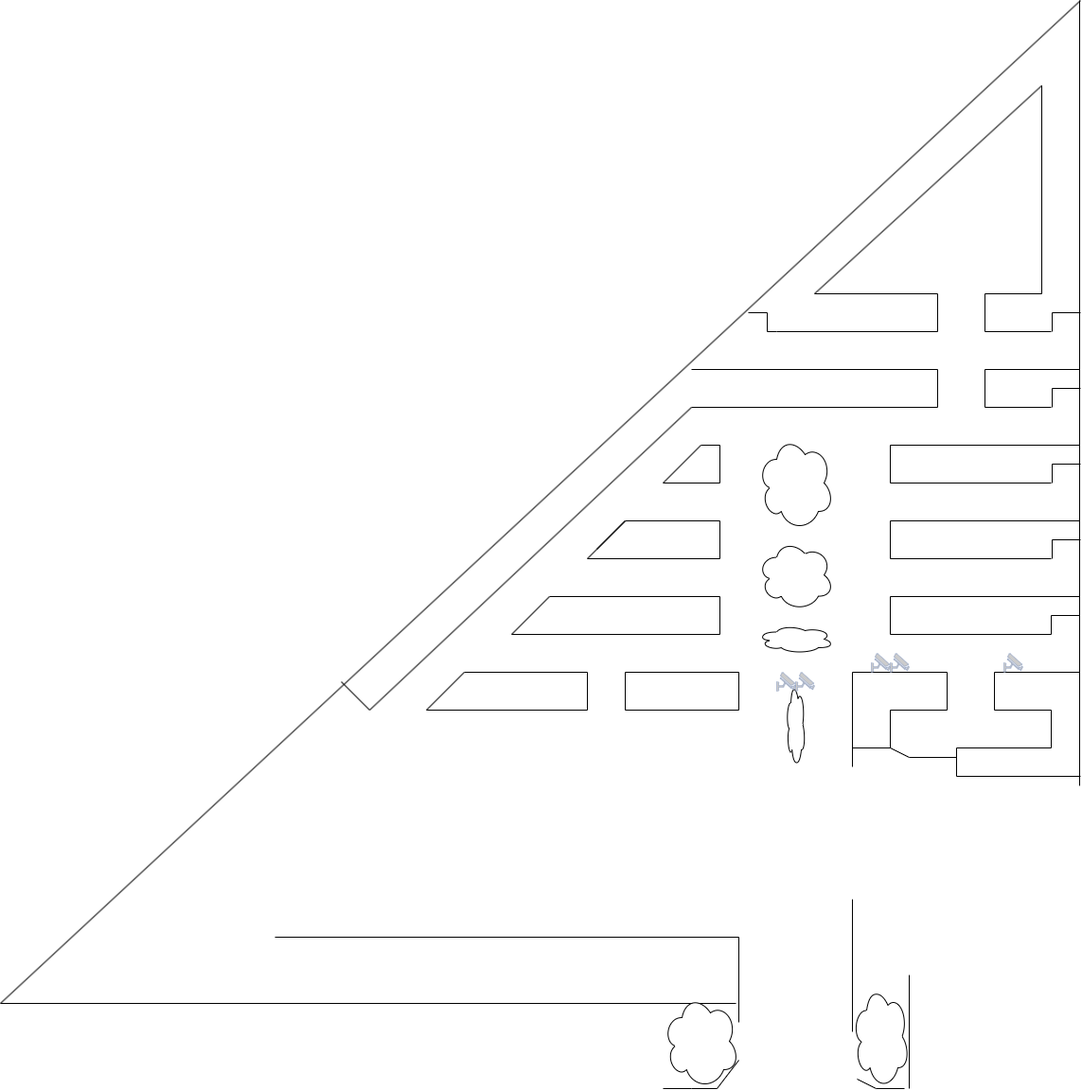
The draw.io diagram Mapa.drawio.png in 0002itz/pruevas-registro-de-seguridad, before a commit. Source tidied: cells renumbered, new cells last; positions are measured from the earlier drawing's top-left corner, leaving out a move shared by most shapes.
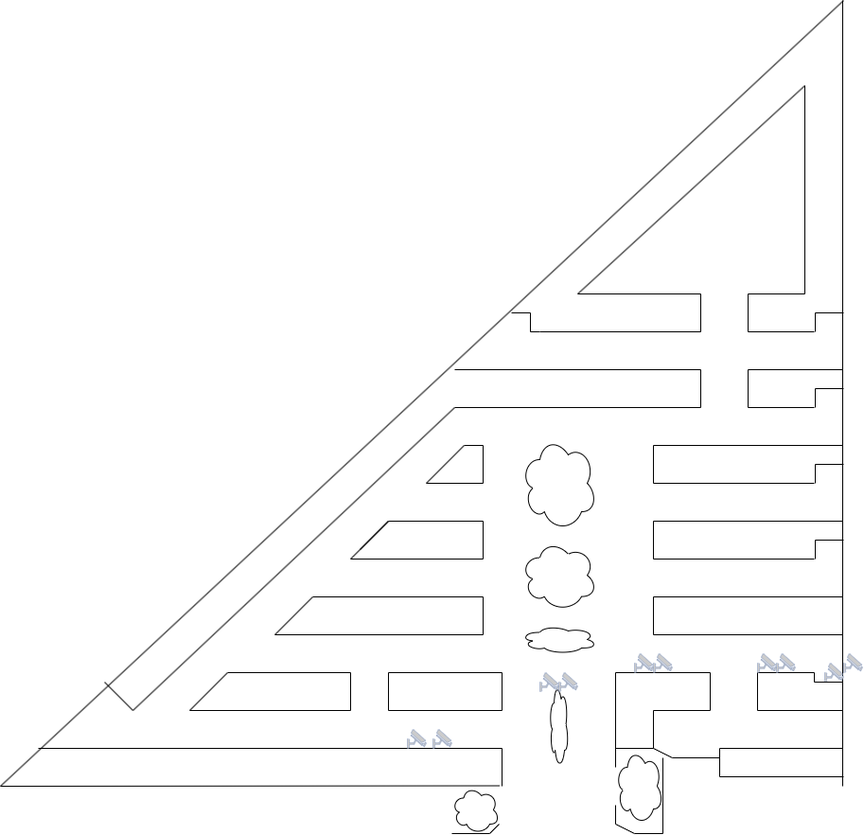
Later version of the same file.

Change to the diagram source:
```diff
@@ -10,7 +10,7 @@
     </mxCell>
     <mxCell id="3" style="endArrow=none;html=1;rounded=0;" parent="1" edge="1">
       <mxGeometry relative="1" as="geometry">
-        <mxPoint y="1060" as="sourcePoint" />
+        <mxPoint x="250" y="830" as="sourcePoint" />
         <mxPoint x="1141" as="targetPoint" />
       </mxGeometry>
     </mxCell>
@@ -50,19 +50,10 @@
         <mxPoint x="1000" y="750" as="targetPoint" />
       </mxGeometry>
     </mxCell>
-    <mxCell id="10" style="endArrow=none;html=1;rounded=0;" parent="1" edge="1">
-      <mxGeometry relative="1" as="geometry">
-        <mxPoint x="1110" y="790" as="sourcePoint" />
-        <mxPoint x="1110" y="750" as="targetPoint" />
-        <Array as="points">
-          <mxPoint x="1110" y="750" />
-        </Array>
-      </mxGeometry>
-    </mxCell>
     <mxCell id="11" style="endArrow=none;html=1;rounded=0;" parent="1" edge="1">
       <mxGeometry relative="1" as="geometry">
         <mxPoint x="1050" y="750" as="sourcePoint" />
-        <mxPoint x="1110" y="750" as="targetPoint" />
+        <mxPoint x="1140" y="750" as="targetPoint" />
       </mxGeometry>
     </mxCell>
     <mxCell id="12" style="endArrow=none;html=1;rounded=0;" parent="1" edge="1">
@@ -74,13 +65,13 @@
     <mxCell id="13" style="endArrow=none;html=1;rounded=0;" parent="1" edge="1">
       <mxGeometry relative="1" as="geometry">
         <mxPoint x="1050" y="710" as="sourcePoint" />
-        <mxPoint x="1140" y="710" as="targetPoint" />
+        <mxPoint x="1110" y="710" as="targetPoint" />
       </mxGeometry>
     </mxCell>
     <mxCell id="14" style="endArrow=none;html=1;rounded=0;" parent="1" edge="1">
       <mxGeometry relative="1" as="geometry">
         <mxPoint x="940" y="670" as="sourcePoint" />
-        <mxPoint x="1110" y="670" as="targetPoint" />
+        <mxPoint x="1140" y="670" as="targetPoint" />
       </mxGeometry>
     </mxCell>
     <mxCell id="15" style="endArrow=none;html=1;rounded=0;" parent="1" edge="1">
@@ -337,8 +328,8 @@
     </mxCell>
     <mxCell id="57" style="endArrow=none;html=1;rounded=0;" parent="1" edge="1">
       <mxGeometry relative="1" as="geometry">
-        <mxPoint x="290" y="990" as="sourcePoint" />
-        <mxPoint x="780" y="990" as="targetPoint" />
+        <mxPoint x="290" y="790" as="sourcePoint" />
+        <mxPoint x="780" y="790" as="targetPoint" />
       </mxGeometry>
     </mxCell>
     <mxCell id="58" style="ellipse;shape=cloud;whiteSpace=wrap;html=1;" parent="1" vertex="1">
@@ -355,14 +346,14 @@
     </mxCell>
     <mxCell id="62" style="endArrow=none;html=1;rounded=0;" parent="1" edge="1">
       <mxGeometry relative="1" as="geometry">
-        <mxPoint y="1060" as="sourcePoint" />
-        <mxPoint x="777" y="1060" as="targetPoint" />
+        <mxPoint x="250" y="830" as="sourcePoint" />
+        <mxPoint x="777" y="829.5" as="targetPoint" />
       </mxGeometry>
     </mxCell>
     <mxCell id="63" style="endArrow=none;html=1;rounded=0;" parent="1" edge="1">
       <mxGeometry relative="1" as="geometry">
-        <mxPoint x="780" y="1080" as="sourcePoint" />
-        <mxPoint x="780" y="990" as="targetPoint" />
+        <mxPoint x="780" y="830" as="sourcePoint" />
+        <mxPoint x="780" y="790" as="targetPoint" />
       </mxGeometry>
     </mxCell>
     <mxCell id="64" style="endArrow=none;html=1;rounded=0;" parent="1" edge="1">
@@ -372,18 +363,17 @@
       </mxGeometry>
     </mxCell>
     <mxCell id="65" style="ellipse;shape=cloud;whiteSpace=wrap;html=1;" parent="1" vertex="1">
-      <mxGeometry x="900" y="1040" width="60" height="110" as="geometry" />
+      <mxGeometry x="900" y="790" width="50" height="80" as="geometry" />
     </mxCell>
     <mxCell id="66" style="ellipse;shape=cloud;whiteSpace=wrap;html=1;" parent="1" vertex="1">
-      <mxGeometry x="700" y="1050" width="80" height="100" as="geometry" />
+      <mxGeometry x="727" y="830" width="50" height="50" as="geometry" />
     </mxCell>
     <mxCell id="67" style="endArrow=none;html=1;rounded=0;" parent="1" edge="1">
       <mxGeometry relative="1" as="geometry">
-        <mxPoint x="700" y="1150" as="sourcePoint" />
-        <mxPoint x="780" y="1120" as="targetPoint" />
+        <mxPoint x="727" y="880" as="sourcePoint" />
+        <mxPoint x="777" y="870" as="targetPoint" />
         <Array as="points">
-          <mxPoint x="730" y="1150" />
-          <mxPoint x="757" y="1150" />
+          <mxPoint x="767" y="880" />
         </Array>
       </mxGeometry>
     </mxCell>
@@ -401,29 +391,29 @@
     </mxCell>
     <mxCell id="70" style="endArrow=none;html=1;rounded=0;" parent="1" edge="1">
       <mxGeometry relative="1" as="geometry">
-        <mxPoint x="905" y="1140" as="sourcePoint" />
-        <mxPoint x="955" y="1150" as="targetPoint" />
+        <mxPoint x="900" y="870" as="sourcePoint" />
+        <mxPoint x="950" y="880" as="targetPoint" />
         <Array as="points">
-          <mxPoint x="925" y="1150" />
+          <mxPoint x="920" y="880" />
         </Array>
       </mxGeometry>
     </mxCell>
     <mxCell id="71" style="endArrow=none;html=1;rounded=0;" parent="1" edge="1">
       <mxGeometry relative="1" as="geometry">
-        <mxPoint x="900" y="1090" as="sourcePoint" />
-        <mxPoint x="900" y="950" as="targetPoint" />
+        <mxPoint x="900" y="870" as="sourcePoint" />
+        <mxPoint x="900" y="850" as="targetPoint" />
       </mxGeometry>
     </mxCell>
     <mxCell id="72" style="endArrow=none;html=1;rounded=0;" parent="1" edge="1">
       <mxGeometry relative="1" as="geometry">
-        <mxPoint x="960" y="1150" as="sourcePoint" />
-        <mxPoint x="960" y="1030" as="targetPoint" />
+        <mxPoint x="950" y="880" as="sourcePoint" />
+        <mxPoint x="950" y="800" as="targetPoint" />
       </mxGeometry>
     </mxCell>
     <mxCell id="73" style="endArrow=none;html=1;rounded=0;" parent="1" edge="1">
       <mxGeometry relative="1" as="geometry">
         <mxPoint x="1010" y="790" as="sourcePoint" />
-        <mxPoint x="1110" y="790" as="targetPoint" />
+        <mxPoint x="1140" y="790" as="targetPoint" />
       </mxGeometry>
     </mxCell>
     <mxCell id="74" style="endArrow=none;html=1;rounded=0;" parent="1" edge="1">
@@ -441,15 +431,6 @@
         </Array>
       </mxGeometry>
     </mxCell>
-    <mxCell id="76" style="endArrow=none;html=1;rounded=0;" parent="1" edge="1">
-      <mxGeometry relative="1" as="geometry">
-        <mxPoint x="1110" y="670" as="sourcePoint" />
-        <mxPoint x="1140" y="650" as="targetPoint" />
-        <Array as="points">
-          <mxPoint x="1110" y="650" />
-        </Array>
-      </mxGeometry>
-    </mxCell>
     <mxCell id="77" style="endArrow=none;html=1;rounded=0;" parent="1" edge="1">
       <mxGeometry relative="1" as="geometry">
         <mxPoint x="1111" y="510" as="sourcePoint" />
@@ -520,7 +501,31 @@
       <mxGeometry x="940" y="690" width="20" height="20" as="geometry" />
     </mxCell>
     <mxCell id="88" style="fontColor=#0066CC;verticalAlign=top;verticalLabelPosition=bottom;labelPosition=center;align=center;html=1;fillColor=#CCCCCC;strokeColor=#6881B3;gradientColor=none;gradientDirection=north;strokeWidth=2;shape=mxgraph.networks.security_camera;" parent="1" vertex="1">
-      <mxGeometry x="1060" y="690" width="20" height="20" as="geometry" />
+      <mxGeometry x="1050" y="690" width="20" height="20" as="geometry" />
     </mxCell>
+    <mxCell id="89" style="fontColor=#0066CC;verticalAlign=top;verticalLabelPosition=bottom;labelPosition=center;align=center;html=1;fillColor=#CCCCCC;strokeColor=#6881B3;gradientColor=none;gradientDirection=north;strokeWidth=2;shape=mxgraph.networks.security_camera;" parent="1" vertex="1">
+      <mxGeometry x="1070" y="690" width="20" height="20" as="geometry" />
+    </mxCell>
+    <mxCell id="90" style="fontColor=#0066CC;verticalAlign=top;verticalLabelPosition=bottom;labelPosition=center;align=center;html=1;fillColor=#CCCCCC;strokeColor=#6881B3;gradientColor=none;gradientDirection=north;strokeWidth=2;shape=mxgraph.networks.security_camera;" parent="1" vertex="1">
+      <mxGeometry x="1141" y="690" width="20" height="20" as="geometry" />
+    </mxCell>
+    <mxCell id="91" style="fontColor=#0066CC;verticalAlign=top;verticalLabelPosition=bottom;labelPosition=center;align=center;html=1;fillColor=#CCCCCC;strokeColor=#6881B3;gradientColor=none;gradientDirection=north;strokeWidth=2;shape=mxgraph.networks.security_camera;" parent="1" vertex="1">
+      <mxGeometry x="1121" y="700" width="20" height="20" as="geometry" />
+    </mxCell>
+    <mxCell id="92" style="endArrow=none;html=1;rounded=0;" parent="1" edge="1">
+      <mxGeometry relative="1" as="geometry">
+        <mxPoint x="1110" y="710" as="sourcePoint" />
+        <mxPoint x="1140" y="720" as="targetPoint" />
+        <Array as="points">
+          <mxPoint x="1110" y="720" />
+        </Array>
+      </mxGeometry>
+    </mxCell>
+    <mxCell id="93" style="fontColor=#0066CC;verticalAlign=top;verticalLabelPosition=bottom;labelPosition=center;align=center;html=1;fillColor=#CCCCCC;strokeColor=#6881B3;gradientColor=none;gradientDirection=north;strokeWidth=2;shape=mxgraph.networks.security_camera;" parent="1" vertex="1">
+      <mxGeometry x="707" y="770" width="20" height="20" as="geometry" />
+    </mxCell>
+    <mxCell id="94" style="fontColor=#0066CC;verticalAlign=top;verticalLabelPosition=bottom;labelPosition=center;align=center;html=1;fillColor=#CCCCCC;strokeColor=#6881B3;gradientColor=none;gradientDirection=north;strokeWidth=2;shape=mxgraph.networks.security_camera;" parent="1" vertex="1">
+      <mxGeometry x="680" y="770" width="20" height="20" as="geometry" />
+    </mxCell>
   </root>
 </mxGraphModel>
```
